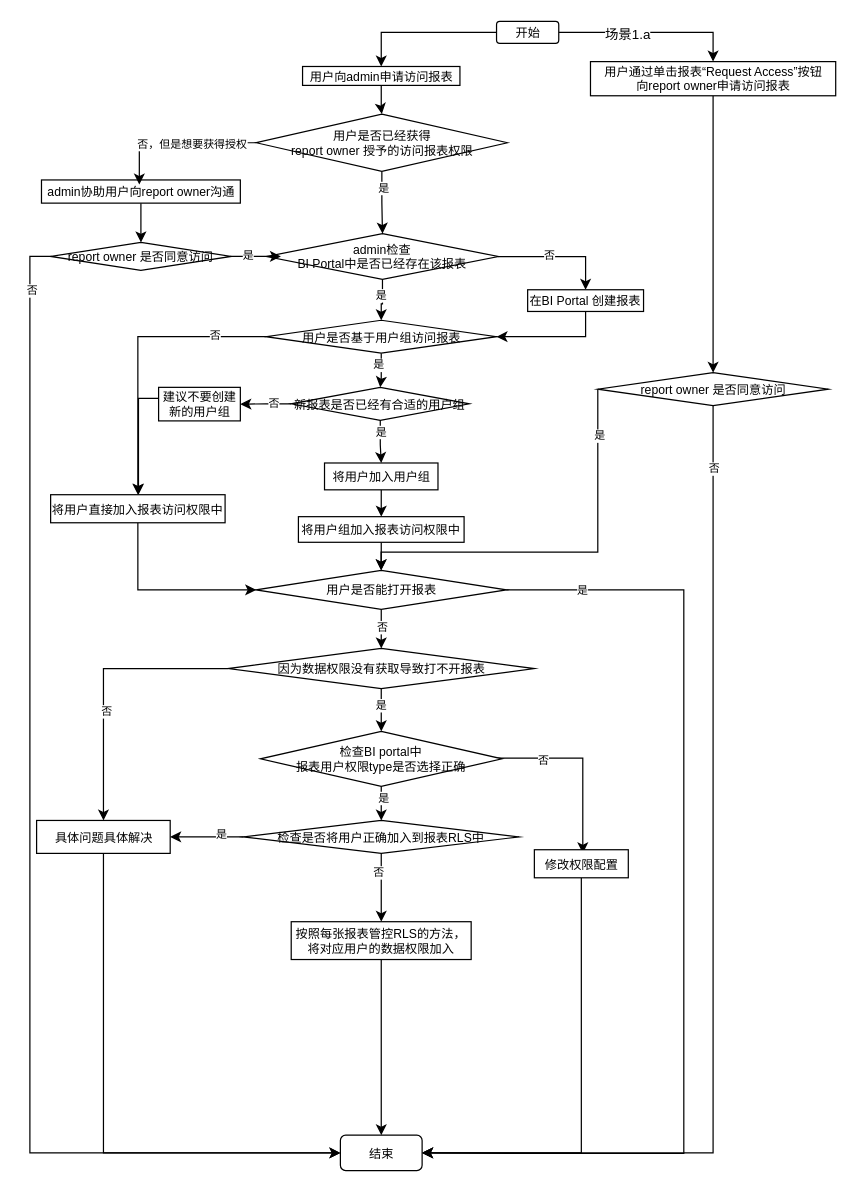
Above: 未命名绘图.drawio in winky02/pics (draw.io), before the change. Source tidied: cells renumbered, new cells numbered last; positions are measured from the earlier drawing's top-left corner, leaving out a move shared by most shapes. Both pictures are drawn from the tidied source at 122%, with x=0, y=0 at pixel (29, 21).
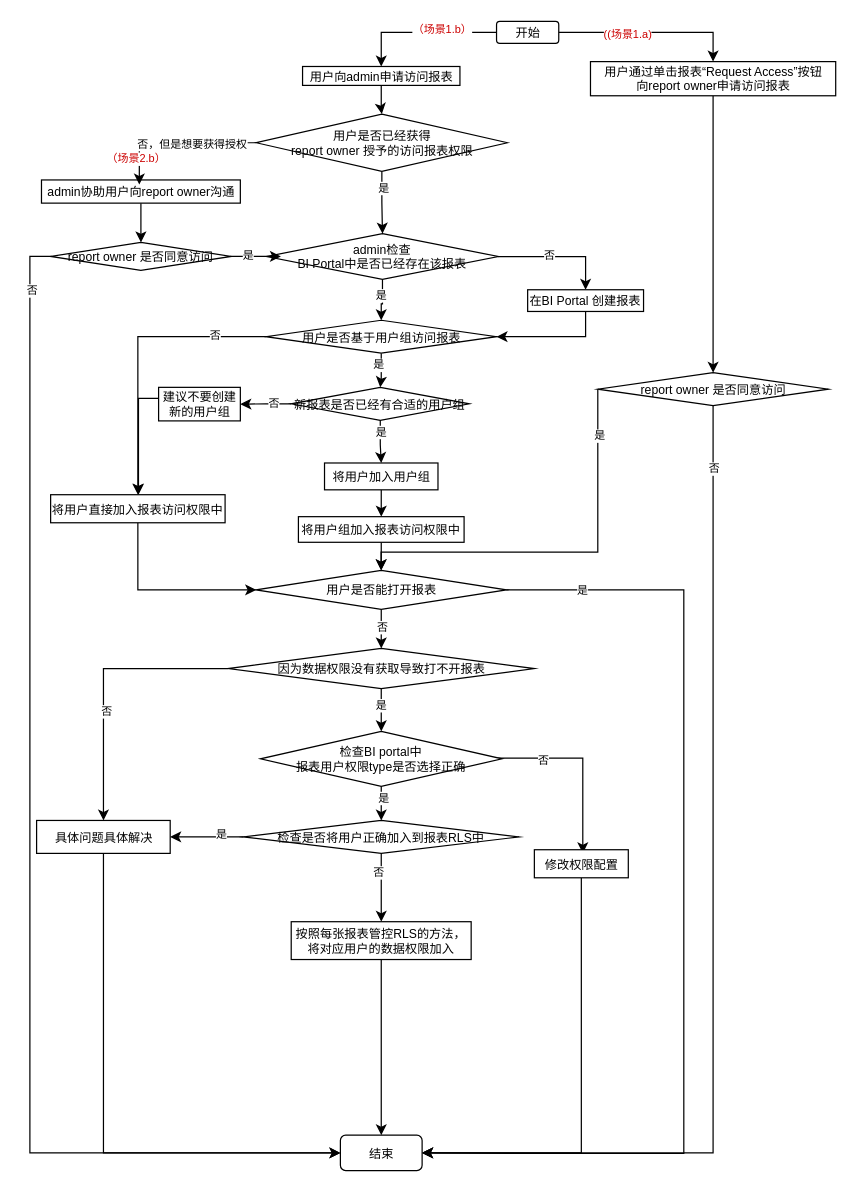
The same page after the edit.

Commit message:
更新未命名绘图.drawio

Unchanged cells that the change refers to:
```xml
<mxCell id="2" style="edgeStyle=orthogonalEdgeStyle;rounded=0;jettySize=auto;html=1;exitX=1;exitY=0.5;exitDx=0;exitDy=0;entryX=0.5;entryY=0;entryDx=0;entryDy=0;" parent="1" edge="1" source="5" target="59">
  <mxGeometry relative="1" as="geometry" />
</mxCell>
<mxCell id="70" style="edgeStyle=orthogonalEdgeStyle;rounded=0;jettySize=auto;html=1;" parent="1" edge="1" source="72" target="10">
  <mxGeometry relative="1" as="geometry" />
</mxCell>
```

Diff of the diagram source:
```diff
@@
-    <mxCell id="3" value="场景1.a" style="edgeLabel;html=1;align=center;verticalAlign=middle;" parent="2" vertex="1">
+    <mxCell id="3" value="((场景1.a)" style="edgeLabel;html=1;align=center;verticalAlign=middle;fontColor=#CC0000;fontSize=9;" parent="2" vertex="1">
       <mxGeometry x="-0.25" y="-1" relative="1" as="geometry" />
     </mxCell>
@@
+    <mxCell id="79" value="（场景1.b）" style="edgeLabel;html=1;align=center;verticalAlign=middle;fontSize=9;fontColor=#CC0000;" parent="70" vertex="1">
+      <mxGeometry x="-0.27" y="6" relative="1" as="geometry">
+        <mxPoint x="43" y="-136" as="offset" />
+      </mxGeometry>
+    </mxCell>
@@
+    <mxCell id="80" value="（场景2.b）" style="edgeLabel;html=1;align=center;verticalAlign=middle;fontSize=9;fontColor=#CC0000;" parent="1" vertex="1">
+      <mxGeometry x="86" y="112" as="geometry" />
+    </mxCell>
```
